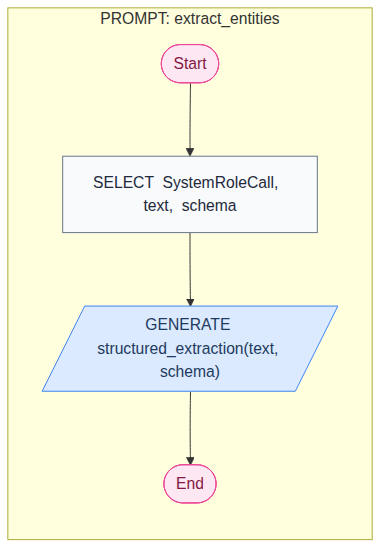
Above: cookbook/23_structured_output/mermaid/structured_output.png in digital-duck/SPL.py (Mermaid), before the change. Its source is kept beside it as cookbook/23_structured_output/mermaid/structured_output.mmd. Its diagram source:
```mermaid
flowchart TD
    subgraph SG_extract_entities["PROMPT: extract_entities"]
    direction TB
    START1(["Start"])
    SEL2["SELECT  SystemRoleCall,  text,  schema"]
    START1 --> SEL2
    GEN3[/"GENERATE structured_extraction(text, schema)"/]
    SEL2 --> GEN3
    END4(["End"])
    GEN3 --> END4
    end
    class START1 term
    class SEL2 assign
    class GEN3 llm
    class END4 term
    classDef llm fill:#dbeafe,stroke:#3b82f6,color:#1e3a5f
    classDef term fill:#fce7f3,stroke:#ec4899,color:#831843
    classDef fn fill:#f0fdf4,stroke:#86efac,color:#166534
    classDef assign fill:#f8fafc,stroke:#64748b,color:#1e293b
```
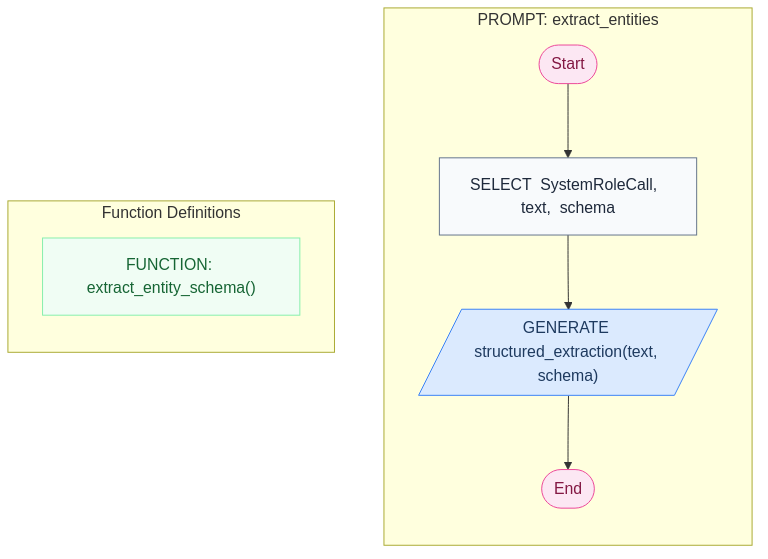
Later version of the same file.

Change to the diagram source:
```diff
@@ -9,10 +9,15 @@
     END4(["End"])
     GEN3 --> END4
     end
+    subgraph FUNCTIONS["Function Definitions"]
+    direction TB
+    FN5["FUNCTION: extract_entity_schema()"]
+    end
     class START1 term
     class SEL2 assign
     class GEN3 llm
     class END4 term
+    class FN5 fn
     classDef llm fill:#dbeafe,stroke:#3b82f6,color:#1e3a5f
     classDef term fill:#fce7f3,stroke:#ec4899,color:#831843
     classDef fn fill:#f0fdf4,stroke:#86efac,color:#166534
```
